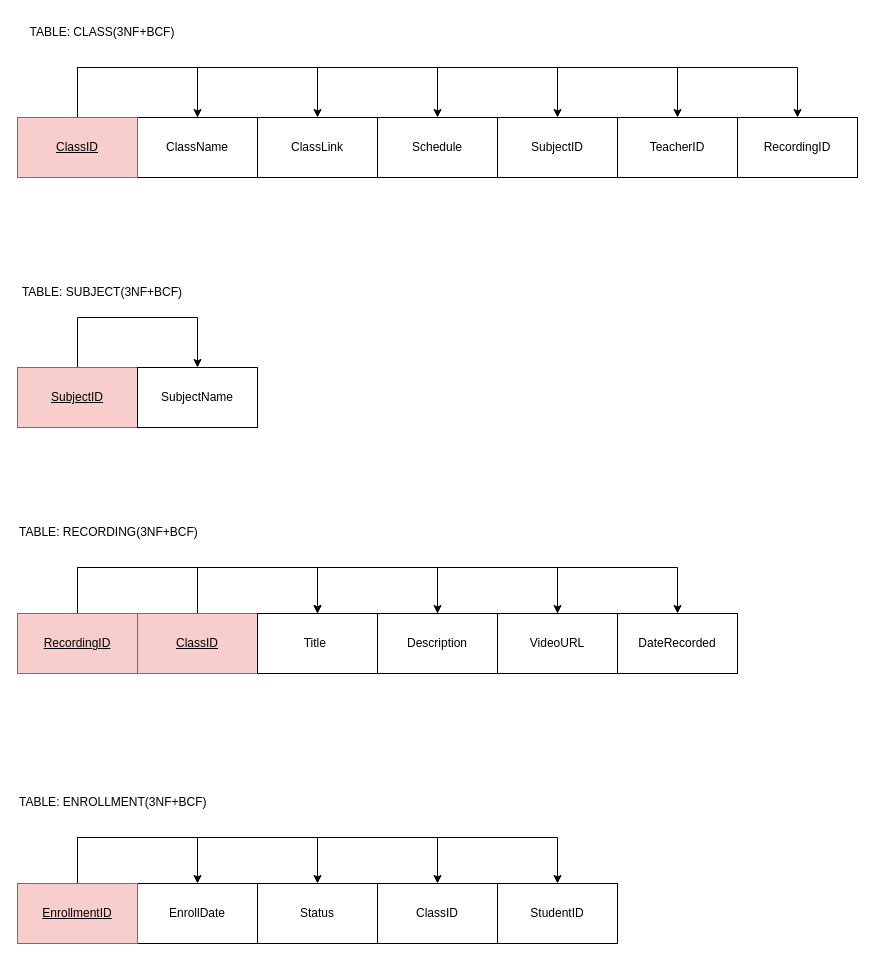
Above: Diagram.drawio in EzraChai/CMT221-Assignment (draw.io), before the change. Source tidied: cells renumbered, new cells numbered last; positions are measured from the earlier drawing's top-left corner, leaving out a move shared by most shapes. Both pictures are drawn from the tidied source at 100%, with x=0, y=0 at pixel (17, 17).
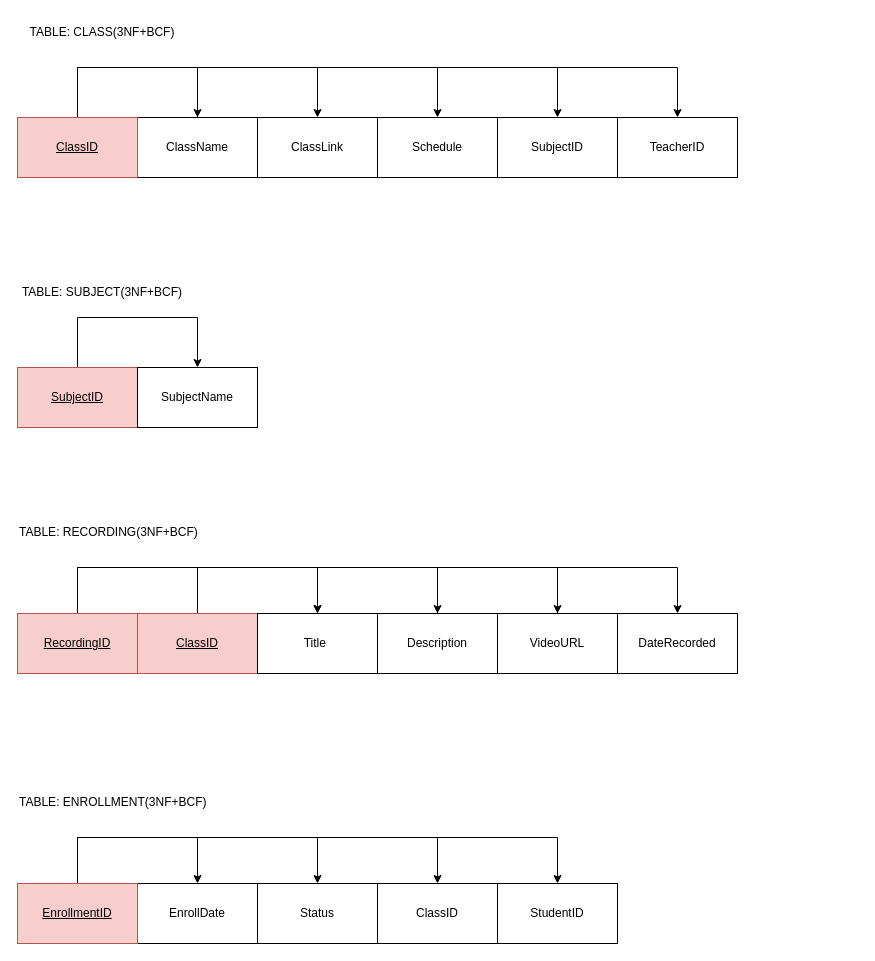
The same diagram, later.

The change refers to these unchanged cells:
```xml
<mxCell id="12" value="&lt;u&gt;ClassID&lt;/u&gt;" style="rounded=0;whiteSpace=wrap;html=1;fillColor=#f8cecc;strokeColor=#b85450;" parent="1" vertex="1">
  <mxGeometry y="100" width="120" height="60" as="geometry" />
</mxCell>
```

Diff of the diagram source:
```diff
@@
-    <mxCell id="11" style="edgeStyle=orthogonalEdgeStyle;rounded=0;jettySize=auto;html=1;exitX=0.5;exitY=0;exitDx=0;exitDy=0;entryX=0.5;entryY=0;entryDx=0;entryDy=0;" parent="1" edge="1" source="12" target="15">
-      <mxGeometry relative="1" as="geometry">
-        <Array as="points">
-          <mxPoint x="60" y="50" />
-          <mxPoint x="780" y="50" />
-        </Array>
-      </mxGeometry>
-    </mxCell>
@@
-    <mxCell id="15" value="RecordingID" style="rounded=0;whiteSpace=wrap;html=1;" parent="1" vertex="1">
-      <mxGeometry x="720" y="100" width="120" height="60" as="geometry" />
-    </mxCell>
```
